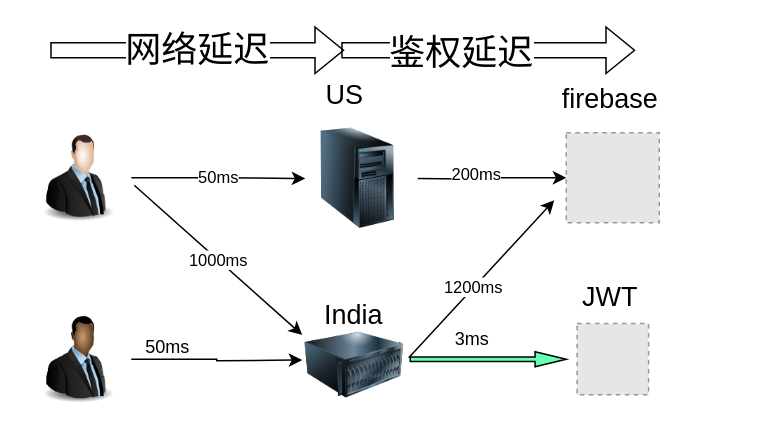
Earlier version of the draw.io diagram Untitled Diagram.drawio (ZhaoDaMing/note). Source tidied: cells renumbered, new cells numbered last; positions are measured from the earlier drawing's top-left corner, leaving out a move shared by most shapes. Both pictures are drawn from the tidied source at 150%, with x=0, y=0 at pixel (26, 50). Pictures stored in the file or linked from it are replaced by grey dashed boxes.
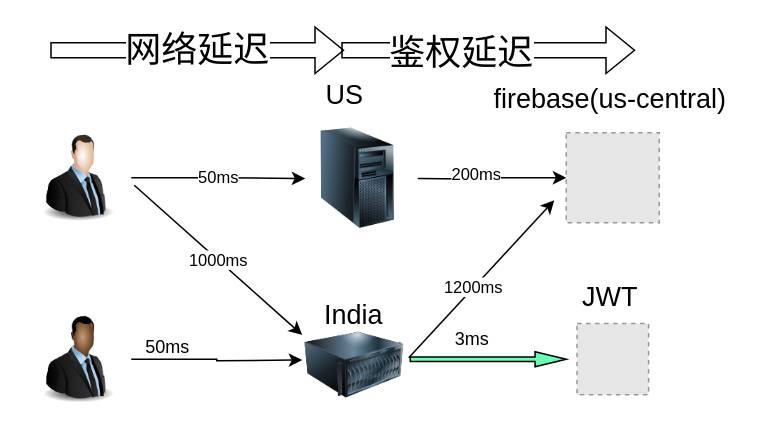
The same diagram, later.

Change to the diagram source:
```diff
@@
-    <mxCell id="23" value="&lt;font style=&quot;font-size: 18px&quot;&gt;firebase&lt;/font&gt;" style="text;html=1;align=center;verticalAlign=middle;strokeColor=none;fillColor=none;fontSize=24;" parent="1" vertex="1">
-      <mxGeometry x="349" y="11" width="80" height="40" as="geometry" />
+    <mxCell id="23" value="&lt;font style=&quot;font-size: 18px&quot;&gt;firebase(us-central)&lt;/font&gt;" style="text;html=1;align=center;verticalAlign=middle;strokeColor=none;fillColor=none;fontSize=24;" parent="1" vertex="1">
+      <mxGeometry x="304" y="11" width="170" height="40" as="geometry" />
     </mxCell>
```
